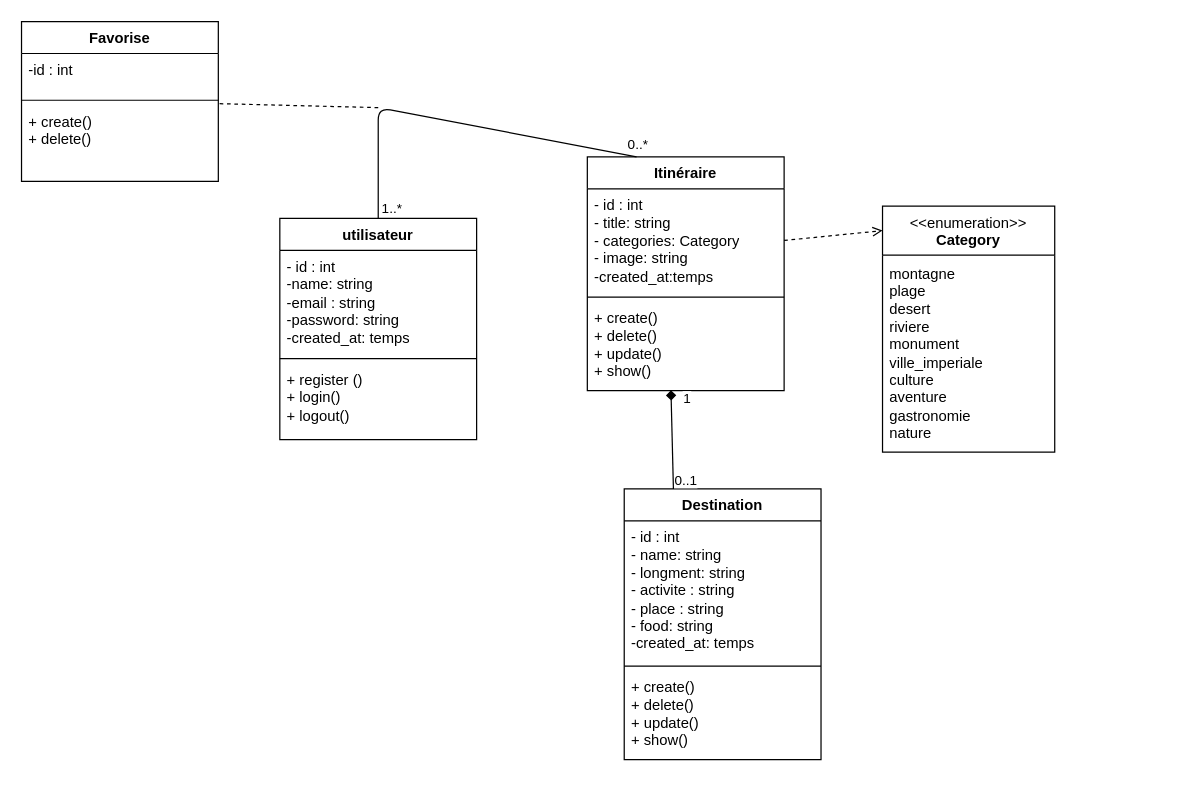
This is UML/diagrammeClasse.drawio from Hanane2001/MarocExplore, a draw.io file, before an edit. Source tidied: cells renumbered, new cells numbered last; positions are measured from the earlier drawing's top-left corner, leaving out a move shared by most shapes. Both pictures are drawn from the tidied source at 123%, with x=0, y=0 at pixel (21, 21).
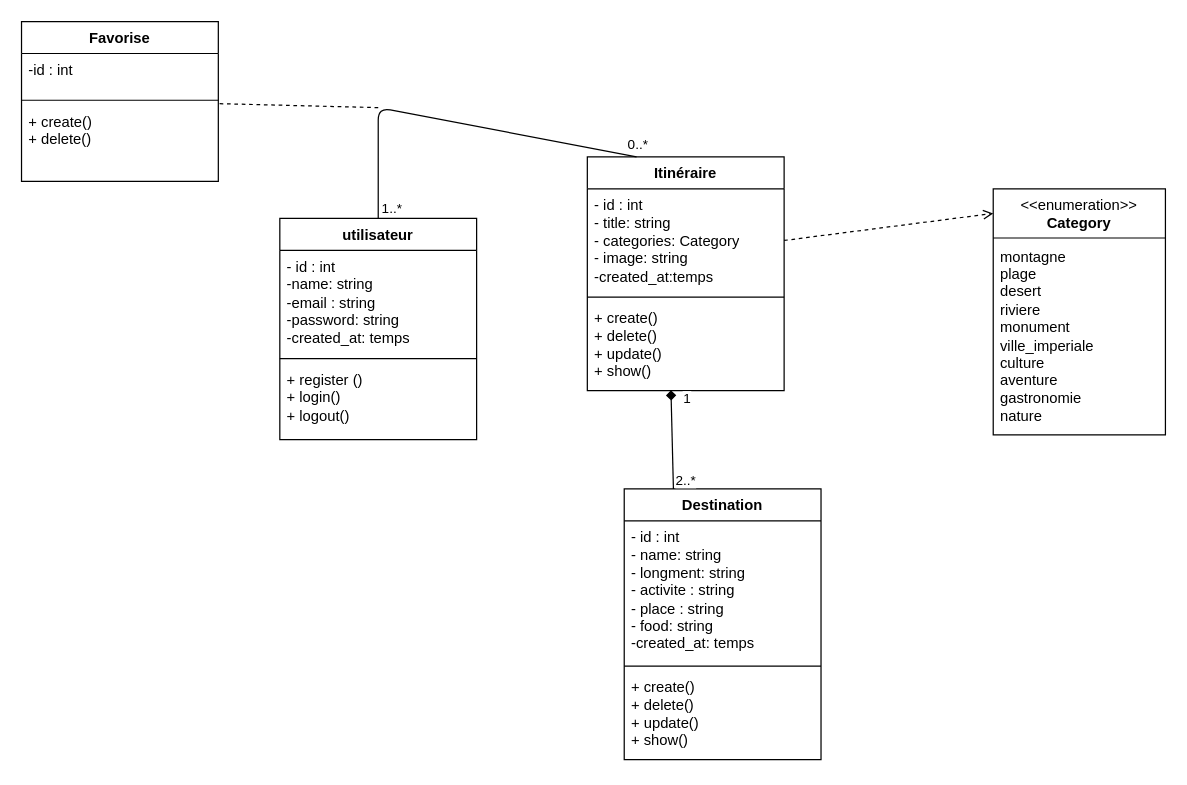
After the change.

The change refers to these unchanged cells:
```xml
<mxCell id="22" style="edgeStyle=none;html=1;exitX=0.25;exitY=0;exitDx=0;exitDy=0;entryX=0.425;entryY=0.997;entryDx=0;entryDy=0;entryPerimeter=0;endArrow=diamond;endFill=1;" parent="1" edge="1" source="10" target="9">
  <mxGeometry relative="1" as="geometry" />
</mxCell>
```

The edit, as a diff of the source:
```diff
@@
-    <mxCell id="24" value="0..1" style="edgeLabel;html=1;align=center;verticalAlign=middle;" parent="22" vertex="1">
+    <mxCell id="24" value="2..*" style="edgeLabel;html=1;align=center;verticalAlign=middle;" parent="22" vertex="1">
       <mxGeometry x="-0.79" relative="1" as="geometry">
         <mxPoint x="10" as="offset" />
       </mxGeometry>
     </mxCell>
     <mxCell id="25" value="&amp;lt;&amp;lt;enumeration&amp;gt;&amp;gt;&lt;br&gt;&lt;b&gt;Category&lt;/b&gt;" style="swimlane;fontStyle=0;align=center;verticalAlign=top;horizontal=1;startSize=40;html=1;whiteSpace=wrap;" parent="1" vertex="1">
-      <mxGeometry x="700" y="150" width="140" height="200" as="geometry" />
+      <mxGeometry x="790" y="136" width="140" height="200" as="geometry" />
     </mxCell>
```
